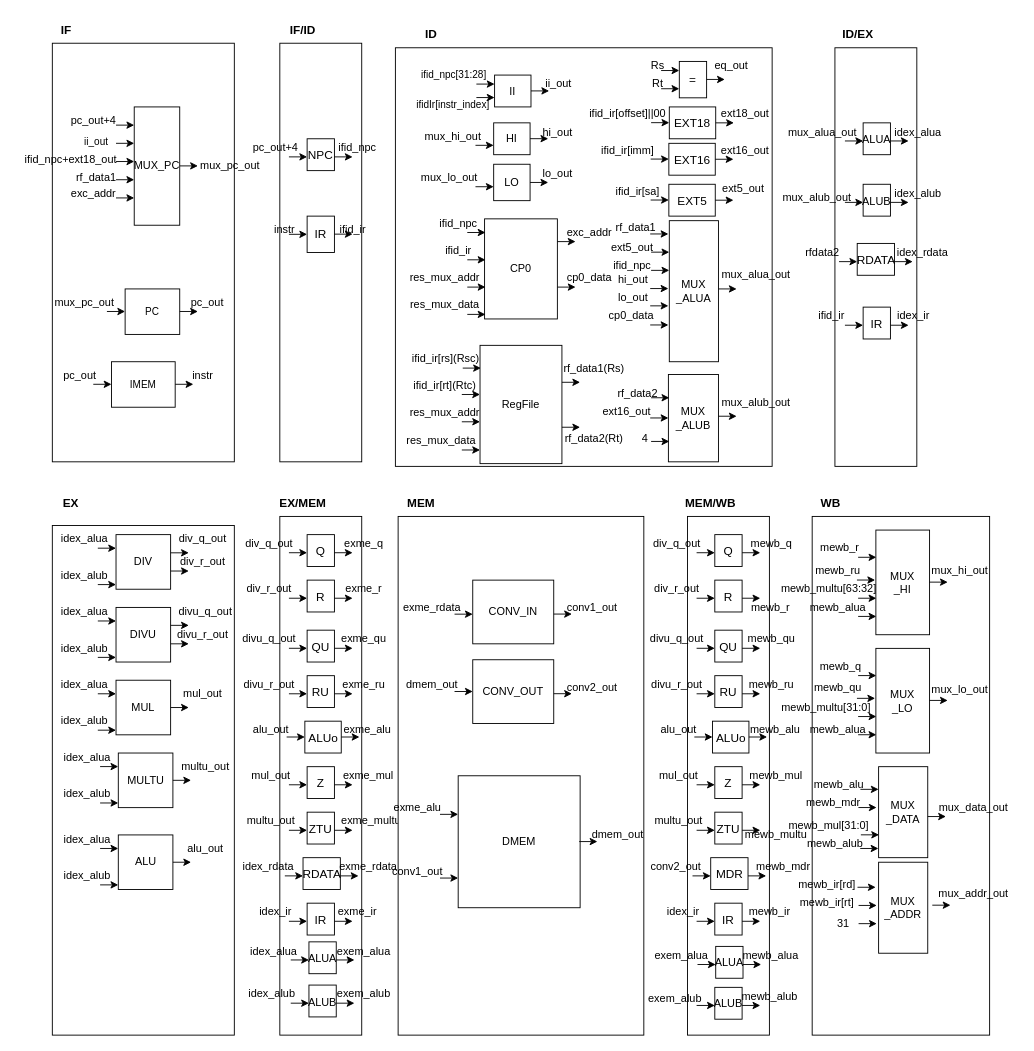
The draw.io diagram 未命名绘图.drawio in Raxio-Z/VGA_Game, before the edit. Source tidied: cells renumbered, new cells numbered last; positions are measured from the earlier drawing's top-left corner, leaving out a move shared by most shapes. Both pictures are drawn from the tidied source at 91%, with x=0, y=0 at pixel (15, 15).
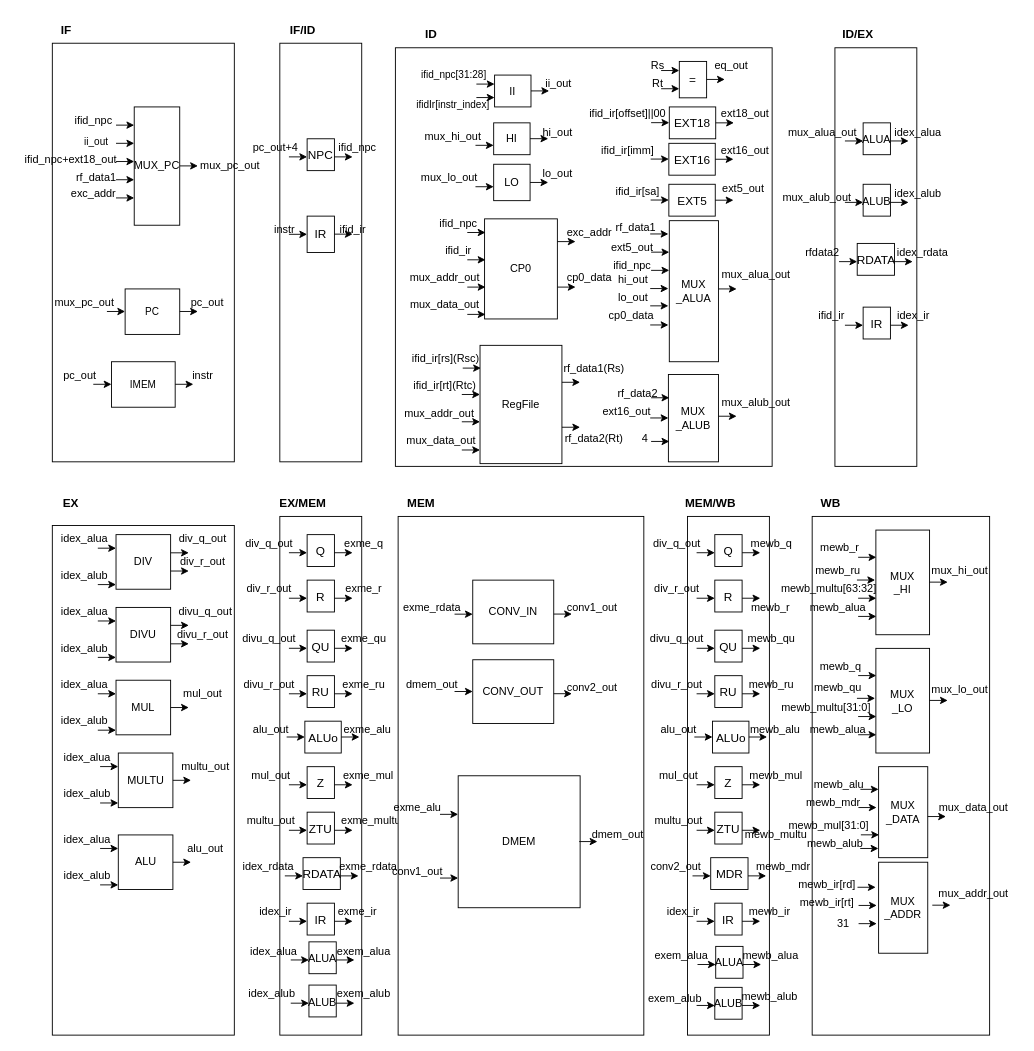
Above is the later version.

Commit message:
更新未命名绘图.drawio

Diff of the diagram source:
```diff
@@
-    <mxCell id="5" value="pc_out+4" style="text;html=1;align=center;verticalAlign=middle;fillColor=none;strokeColor=none;rounded=0;" parent="1" vertex="1">
-      <mxGeometry x="50" y="100" width="70" height="30" as="geometry" />
+    <mxCell id="5" value="ifid_npc" style="text;html=1;align=center;verticalAlign=middle;fillColor=none;strokeColor=none;rounded=0;" parent="1" vertex="1">
+      <mxGeometry x="55" y="100" width="60" height="30" as="geometry" />
     </mxCell>
@@
-    <mxCell id="62" value="res_mux_addr" style="text;html=1;align=center;verticalAlign=middle;fillColor=none;strokeColor=none;rounded=0;" parent="1" vertex="1">
+    <mxCell id="62" value="mux_addr_out" style="text;html=1;align=center;verticalAlign=middle;fillColor=none;strokeColor=none;rounded=0;" parent="1" vertex="1">
       <mxGeometry x="421" y="273" width="100" height="30" as="geometry" />
     </mxCell>
@@
-    <mxCell id="64" value="res_mux_data" style="text;html=1;align=center;verticalAlign=middle;fillColor=none;strokeColor=none;rounded=0;" parent="1" vertex="1">
+    <mxCell id="64" value="mux_data_out" style="text;html=1;align=center;verticalAlign=middle;fillColor=none;strokeColor=none;rounded=0;" parent="1" vertex="1">
       <mxGeometry x="421" y="303" width="100" height="30" as="geometry" />
     </mxCell>
@@
-    <mxCell id="75" value="res_mux_addr" style="text;html=1;align=center;verticalAlign=middle;fillColor=none;strokeColor=none;rounded=0;" parent="1" vertex="1">
-      <mxGeometry x="421" y="421" width="100" height="30" as="geometry" />
+    <mxCell id="75" value="mux_addr_out" style="text;html=1;align=center;verticalAlign=middle;fillColor=none;strokeColor=none;rounded=0;" parent="1" vertex="1">
+      <mxGeometry x="415" y="422" width="100" height="30" as="geometry" />
     </mxCell>
@@
-    <mxCell id="77" value="res_mux_data" style="text;html=1;align=center;verticalAlign=middle;fillColor=none;strokeColor=none;rounded=0;" parent="1" vertex="1">
+    <mxCell id="77" value="mux_data_out" style="text;html=1;align=center;verticalAlign=middle;fillColor=none;strokeColor=none;rounded=0;" parent="1" vertex="1">
       <mxGeometry x="417" y="452" width="100" height="30" as="geometry" />
     </mxCell>
```
